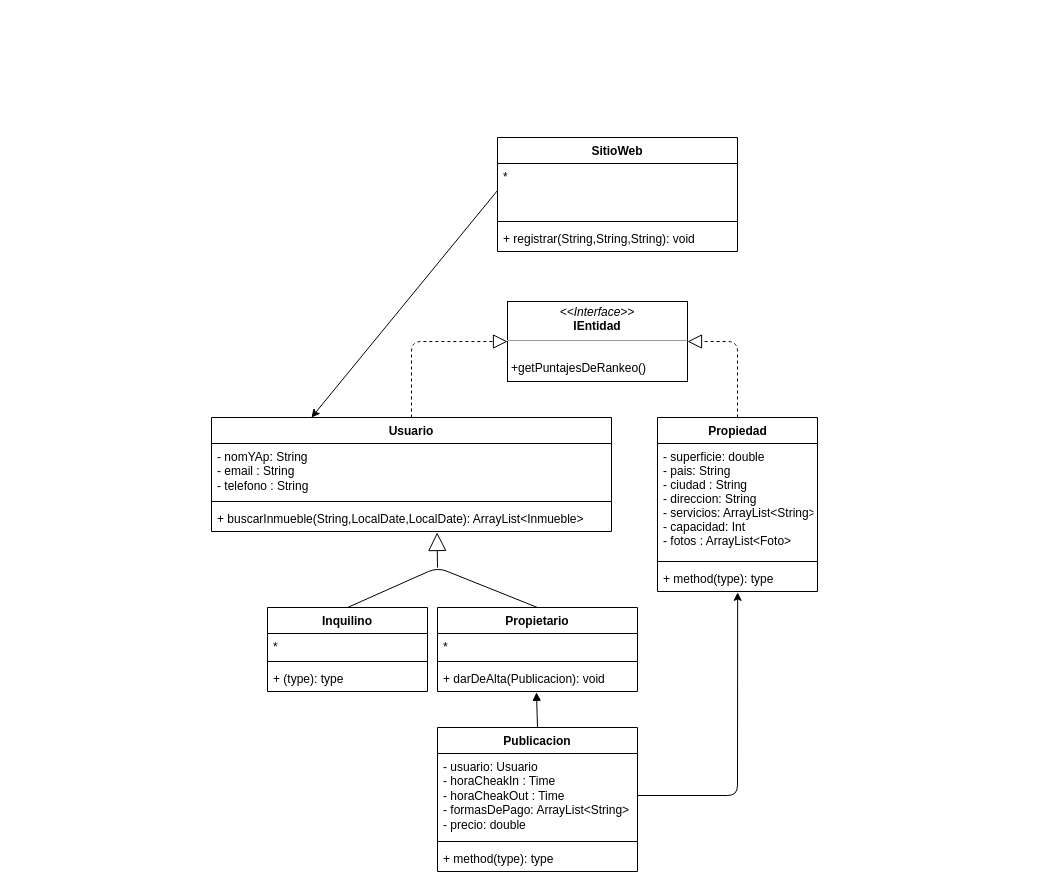
The draw.io diagram UML1.drawio in Nahuel-P/unqui-po2-alquileres-temporales, before the edit. Source tidied: cells renumbered, new cells numbered last; positions are measured from the earlier drawing's top-left corner, leaving out a move shared by most shapes. Both pictures are drawn from the tidied source at 100%, with x=0, y=0 at pixel (211, 137).
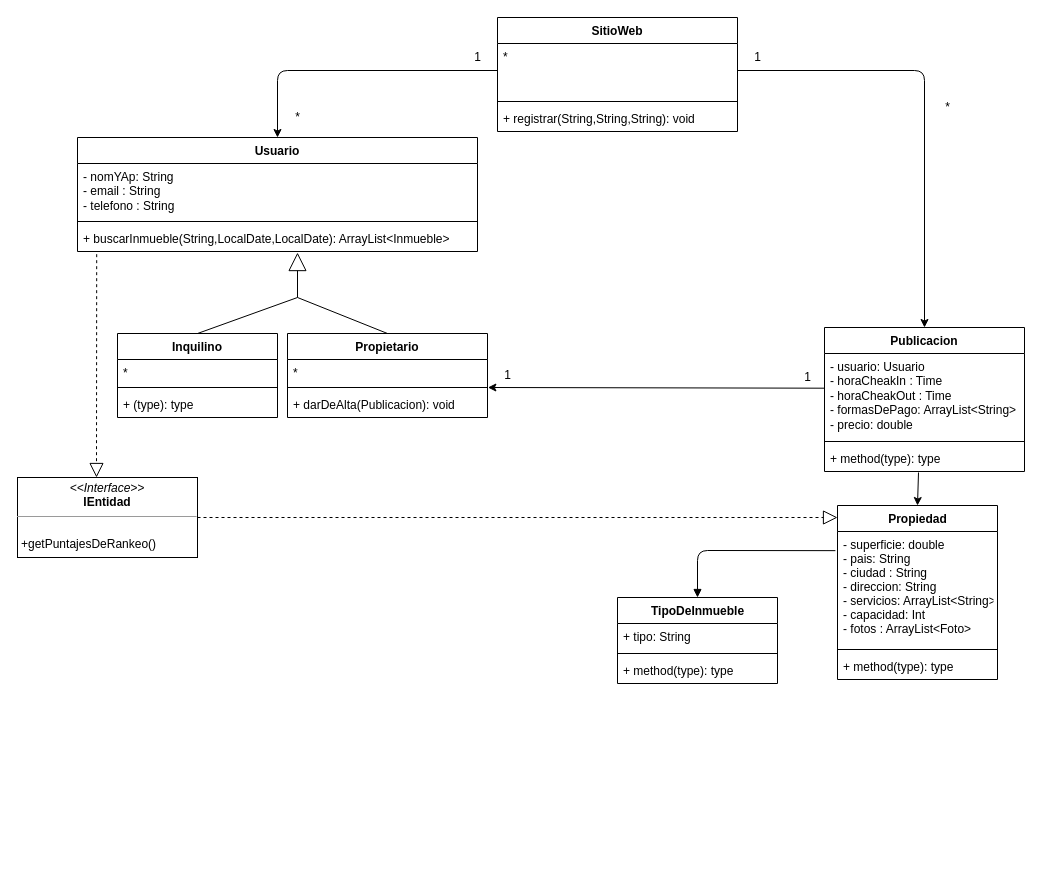
After the change.

Unchanged cells that the change refers to:
```xml
<mxCell id="5" value="+ buscarInmueble(String,LocalDate,LocalDate): ArrayList&lt;Inmueble&gt;" style="text;strokeColor=none;fillColor=none;align=left;verticalAlign=top;spacingLeft=4;spacingRight=4;overflow=hidden;points=[[0,0.5],[1,0.5]];portConstraint=eastwest;" parent="2" vertex="1">
  <mxGeometry y="88" width="400" height="26" as="geometry" />
</mxCell>
<mxCell id="8" style="line;strokeWidth=1;fillColor=none;align=left;verticalAlign=middle;spacingTop=-1;spacingLeft=3;spacingRight=3;labelPosition=right;points=[];portConstraint=eastwest;" parent="6" vertex="1">
  <mxGeometry y="50" width="200" height="8" as="geometry" />
</mxCell>
<mxCell id="9" value="+ darDeAlta(Publicacion): void" style="text;strokeColor=none;fillColor=none;align=left;verticalAlign=top;spacingLeft=4;spacingRight=4;overflow=hidden;points=[[0,0.5],[1,0.5]];portConstraint=eastwest;" parent="6" vertex="1">
  <mxGeometry y="58" width="200" height="26" as="geometry" />
</mxCell>
<mxCell id="16" value="- usuario: Usuario&lt;br&gt;- horaCheakIn : Time&amp;nbsp;&lt;br&gt;- horaCheakOut : Time&lt;br&gt;- formasDePago: ArrayList&amp;lt;String&amp;gt;&lt;br&gt;- precio: double" style="text;strokeColor=none;fillColor=none;align=left;verticalAlign=top;spacingLeft=4;spacingRight=4;overflow=hidden;points=[[0,0.5],[1,0.5]];portConstraint=eastwest;html=1;" parent="15" vertex="1">
  <mxGeometry y="26" width="200" height="84" as="geometry" />
</mxCell>
<mxCell id="18" value="+ method(type): type" style="text;strokeColor=none;fillColor=none;align=left;verticalAlign=top;spacingLeft=4;spacingRight=4;overflow=hidden;points=[[0,0.5],[1,0.5]];portConstraint=eastwest;" parent="15" vertex="1">
  <mxGeometry y="118" width="200" height="26" as="geometry" />
</mxCell>
<mxCell id="21" value="*" style="text;strokeColor=none;fillColor=none;align=left;verticalAlign=top;spacingLeft=4;spacingRight=4;overflow=hidden;points=[[0,0.5],[1,0.5]];portConstraint=eastwest;html=1;" parent="20" vertex="1">
  <mxGeometry y="26" width="240" height="54" as="geometry" />
</mxCell>
<mxCell id="25" value="- superficie: double&#10;- pais: String &#10;- ciudad : String &#10;- direccion: String &#10;- servicios: ArrayList&lt;String&gt;&#10;- capacidad: Int &#10;- fotos : ArrayList&lt;Foto&gt;" style="text;strokeColor=none;fillColor=none;align=left;verticalAlign=top;spacingLeft=4;spacingRight=4;overflow=hidden;points=[[0,0.5],[1,0.5]];portConstraint=eastwest;" parent="24" vertex="1">
  <mxGeometry y="26" width="160" height="114" as="geometry" />
</mxCell>
<mxCell id="27" value="+ method(type): type" style="text;strokeColor=none;fillColor=none;align=left;verticalAlign=top;spacingLeft=4;spacingRight=4;overflow=hidden;points=[[0,0.5],[1,0.5]];portConstraint=eastwest;" parent="24" vertex="1">
  <mxGeometry y="148" width="160" height="26" as="geometry" />
</mxCell>
```

Change to the diagram source:
```diff
@@
     <mxCell id="2" value="Usuario" style="swimlane;fontStyle=1;align=center;verticalAlign=top;horizontal=1;startSize=26;" parent="1" vertex="1">
-      <mxGeometry y="280" width="400" height="114" as="geometry" />
+      <mxGeometry x="-134" width="400" height="114" as="geometry" />
     </mxCell>
@@
     <mxCell id="6" value="Propietario" style="swimlane;fontStyle=1;align=center;verticalAlign=top;horizontal=1;startSize=26;" parent="1" vertex="1">
-      <mxGeometry x="226" y="470" width="200" height="84" as="geometry" />
+      <mxGeometry x="76" y="196" width="200" height="84" as="geometry" />
     </mxCell>
@@
     <mxCell id="10" value="Inquilino" style="swimlane;fontStyle=1;align=center;verticalAlign=top;horizontal=1;startSize=26;" parent="1" vertex="1">
-      <mxGeometry x="56" y="470" width="160" height="84" as="geometry" />
+      <mxGeometry x="-94" y="196" width="160" height="84" as="geometry" />
     </mxCell>
@@
-    <mxCell id="14" style="endArrow=block;endSize=16;endFill=0;html=1;entryX=0.564;entryY=1.038;entryDx=0;entryDy=0;entryPerimeter=0;" parent="1" edge="1" target="5">
+    <mxCell id="14" style="endArrow=block;endSize=16;endFill=0;html=1;entryX=0.55;entryY=1.04;entryDx=0;entryDy=0;entryPerimeter=0;" parent="1" edge="1" target="5">
       <mxGeometry y="90" relative="1" as="geometry">
-        <mxPoint x="226" y="430" as="sourcePoint" />
+        <mxPoint x="86" y="160" as="sourcePoint" />
       </mxGeometry>
     </mxCell>
     <mxCell id="15" value="Publicacion" style="swimlane;fontStyle=1;align=center;verticalAlign=top;horizontal=1;startSize=26;" parent="1" vertex="1">
-      <mxGeometry x="226" y="590" width="200" height="144" as="geometry" />
+      <mxGeometry x="613" y="190" width="200" height="144" as="geometry" />
     </mxCell>
@@
-    <mxCell id="19" style="html=1;verticalAlign=bottom;endArrow=block;exitX=0.5;exitY=0;exitDx=0;exitDy=0;entryX=0.495;entryY=1.033;entryDx=0;entryDy=0;entryPerimeter=0;" parent="1" edge="1" source="15" target="9">
-      <mxGeometry relative="1" as="geometry" />
-    </mxCell>
     <mxCell id="20" value="SitioWeb" style="swimlane;fontStyle=1;align=center;verticalAlign=top;horizontal=1;startSize=26;" parent="1" vertex="1">
-      <mxGeometry x="286" width="240" height="114" as="geometry" />
+      <mxGeometry x="286" y="-120" width="240" height="114" as="geometry" />
     </mxCell>
@@
     <mxCell id="24" value="Propiedad" style="swimlane;fontStyle=1;align=center;verticalAlign=top;horizontal=1;startSize=26;html=1;" parent="1" vertex="1">
-      <mxGeometry x="446" y="280" width="160" height="174" as="geometry" />
+      <mxGeometry x="626" y="368" width="160" height="174" as="geometry" />
     </mxCell>
@@
     <mxCell id="28" value="&lt;p style=&quot;margin: 0px ; margin-top: 4px ; text-align: center&quot;&gt;&lt;i&gt;&amp;lt;&amp;lt;Interface&amp;gt;&amp;gt;&lt;/i&gt;&lt;br&gt;&lt;b&gt;IEntidad&lt;/b&gt;&lt;/p&gt;&lt;hr size=&quot;1&quot;&gt;&lt;p style=&quot;margin: 0px ; margin-left: 4px&quot;&gt;&lt;br&gt;&lt;/p&gt;&lt;p style=&quot;margin: 0px ; margin-left: 4px&quot;&gt;+getPuntajesDeRankeo()&lt;/p&gt;" style="verticalAlign=top;align=left;overflow=fill;fontSize=12;fontFamily=Helvetica;html=1;" parent="1" vertex="1">
-      <mxGeometry x="296" y="164" width="180" height="80" as="geometry" />
+      <mxGeometry x="-194" y="340" width="180" height="80" as="geometry" />
     </mxCell>
-    <mxCell id="29" style="endArrow=block;dashed=1;endFill=0;endSize=12;html=1;entryX=0;entryY=0.5;entryDx=0;entryDy=0;exitX=0.5;exitY=0;exitDx=0;exitDy=0;" parent="1" edge="1" source="2" target="28">
-      <mxGeometry relative="1" as="geometry">
-        <Array as="points">
-          <mxPoint x="200" y="204" />
-        </Array>
-      </mxGeometry>
-    </mxCell>
-    <mxCell id="30" style="endArrow=block;dashed=1;endFill=0;endSize=12;html=1;entryX=1;entryY=0.5;entryDx=0;entryDy=0;exitX=0.5;exitY=0;exitDx=0;exitDy=0;" parent="1" edge="1" source="24" target="28">
-      <mxGeometry relative="1" as="geometry">
-        <Array as="points">
-          <mxPoint x="526" y="204" />
-        </Array>
-      </mxGeometry>
-    </mxCell>
-    <mxCell id="31" style="endArrow=none;html=1;entryX=0.5;entryY=0;entryDx=0;entryDy=0;exitX=0.5;exitY=0;exitDx=0;exitDy=0;" parent="1" edge="1" source="6" target="10">
-      <mxGeometry relative="1" as="geometry">
-        <Array as="points">
-          <mxPoint x="226" y="430" />
-        </Array>
-      </mxGeometry>
-    </mxCell>
-    <mxCell id="32" style="endArrow=classic;html=1;exitX=1;exitY=0.5;exitDx=0;exitDy=0;entryX=0.501;entryY=1.033;entryDx=0;entryDy=0;entryPerimeter=0;" parent="1" edge="1" source="16" target="27">
-      <mxGeometry relative="1" as="geometry">
-        <Array as="points">
-          <mxPoint x="526" y="658" />
-        </Array>
-      </mxGeometry>
-    </mxCell>
-    <mxCell id="33" style="endArrow=classic;html=1;exitX=0;exitY=0.5;exitDx=0;exitDy=0;entryX=0.25;entryY=0;entryDx=0;entryDy=0;" parent="1" edge="1" source="21" target="2">
-      <mxGeometry relative="1" as="geometry" />
+    <mxCell id="33" style="endArrow=classic;html=1;exitX=0;exitY=0.5;exitDx=0;exitDy=0;entryX=0.5;entryY=0;entryDx=0;entryDy=0;" parent="1" edge="1" source="21" target="2">
+      <mxGeometry relative="1" as="geometry">
+        <Array as="points">
+          <mxPoint x="66" y="-67" />
+        </Array>
+      </mxGeometry>
     </mxCell>
+    <mxCell id="34" style="endArrow=classic;html=1;exitX=1;exitY=0.5;exitDx=0;exitDy=0;entryX=0.5;entryY=0;entryDx=0;entryDy=0;" parent="1" edge="1" source="21" target="15">
+      <mxGeometry relative="1" as="geometry">
+        <Array as="points">
+          <mxPoint x="713" y="-67" />
+        </Array>
+      </mxGeometry>
+    </mxCell>
+    <mxCell id="35" value="1" style="text;html=1;align=center;verticalAlign=middle;" parent="1" vertex="1">
+      <mxGeometry x="536" y="-90" width="20" height="20" as="geometry" />
+    </mxCell>
+    <mxCell id="36" value="*" style="text;html=1;align=center;verticalAlign=middle;" parent="1" vertex="1">
+      <mxGeometry x="726" y="-40" width="20" height="20" as="geometry" />
+    </mxCell>
+    <mxCell id="37" value="1" style="text;html=1;align=center;verticalAlign=middle;" parent="1" vertex="1">
+      <mxGeometry x="256" y="-90" width="20" height="20" as="geometry" />
+    </mxCell>
+    <mxCell id="38" value="*" style="text;html=1;align=center;verticalAlign=middle;" parent="1" vertex="1">
+      <mxGeometry x="76" y="-30" width="20" height="20" as="geometry" />
+    </mxCell>
+    <mxCell id="39" style="endArrow=none;html=1;exitX=0.5;exitY=0;exitDx=0;exitDy=0;" parent="1" edge="1" source="10">
+      <mxGeometry relative="1" as="geometry">
+        <mxPoint x="86" y="160" as="targetPoint" />
+      </mxGeometry>
+    </mxCell>
+    <mxCell id="40" style="endArrow=none;html=1;exitX=0.5;exitY=0;exitDx=0;exitDy=0;" parent="1" edge="1" source="6">
+      <mxGeometry relative="1" as="geometry">
+        <mxPoint x="86" y="160" as="targetPoint" />
+      </mxGeometry>
+    </mxCell>
+    <mxCell id="41" style="endArrow=classic;html=1;exitX=0.002;exitY=0.413;exitDx=0;exitDy=0;entryX=1.002;entryY=0.5;entryDx=0;entryDy=0;exitPerimeter=0;entryPerimeter=0;" parent="1" edge="1" source="16" target="8">
+      <mxGeometry relative="1" as="geometry" />
+    </mxCell>
+    <mxCell id="42" value="1" style="text;html=1;align=center;verticalAlign=middle;" parent="1" vertex="1">
+      <mxGeometry x="286" y="228" width="20" height="20" as="geometry" />
+    </mxCell>
+    <mxCell id="43" value="1" style="text;html=1;align=center;verticalAlign=middle;" parent="1" vertex="1">
+      <mxGeometry x="586" y="230" width="20" height="20" as="geometry" />
+    </mxCell>
+    <mxCell id="44" style="endArrow=classic;html=1;exitX=0.47;exitY=1.038;exitDx=0;exitDy=0;exitPerimeter=0;entryX=0.5;entryY=0;entryDx=0;entryDy=0;" parent="1" edge="1" source="18" target="24">
+      <mxGeometry relative="1" as="geometry" />
+    </mxCell>
+    <mxCell id="45" style="endArrow=block;dashed=1;endFill=0;endSize=12;html=1;exitX=0.048;exitY=1.103;exitDx=0;exitDy=0;exitPerimeter=0;" parent="1" edge="1" source="5">
+      <mxGeometry relative="1" as="geometry">
+        <mxPoint x="-115" y="340" as="targetPoint" />
+      </mxGeometry>
+    </mxCell>
+    <mxCell id="46" style="endArrow=block;dashed=1;endFill=0;endSize=12;html=1;exitX=1;exitY=0.5;exitDx=0;exitDy=0;entryX=0;entryY=0.069;entryDx=0;entryDy=0;entryPerimeter=0;" parent="1" edge="1" source="28" target="24">
+      <mxGeometry relative="1" as="geometry" />
+    </mxCell>
+    <mxCell id="47" value="TipoDeInmueble" style="swimlane;fontStyle=1;align=center;verticalAlign=top;horizontal=1;startSize=26;html=1;" parent="1" vertex="1">
+      <mxGeometry x="406" y="460" width="160" height="86" as="geometry" />
+    </mxCell>
+    <mxCell id="48" value="+ tipo: String" style="text;strokeColor=none;fillColor=none;align=left;verticalAlign=top;spacingLeft=4;spacingRight=4;overflow=hidden;" parent="47" vertex="1">
+      <mxGeometry y="26" width="160" height="26" as="geometry" />
+    </mxCell>
+    <mxCell id="49" style="line;strokeWidth=1;fillColor=none;align=left;verticalAlign=middle;spacingTop=-1;spacingLeft=3;spacingRight=3;labelPosition=right;" parent="47" vertex="1">
+      <mxGeometry y="52" width="160" height="8" as="geometry" />
+    </mxCell>
+    <mxCell id="50" value="+ method(type): type" style="text;strokeColor=none;fillColor=none;align=left;verticalAlign=top;spacingLeft=4;spacingRight=4;overflow=hidden;" parent="47" vertex="1">
+      <mxGeometry y="60" width="160" height="26" as="geometry" />
+    </mxCell>
+    <mxCell id="51" style="html=1;verticalAlign=bottom;endArrow=block;exitX=-0.013;exitY=0.168;exitDx=0;exitDy=0;exitPerimeter=0;entryX=0.5;entryY=0;entryDx=0;entryDy=0;" parent="1" edge="1" source="25" target="47">
+      <mxGeometry relative="1" as="geometry">
+        <Array as="points">
+          <mxPoint x="486" y="413" />
+        </Array>
+      </mxGeometry>
+    </mxCell>
```
